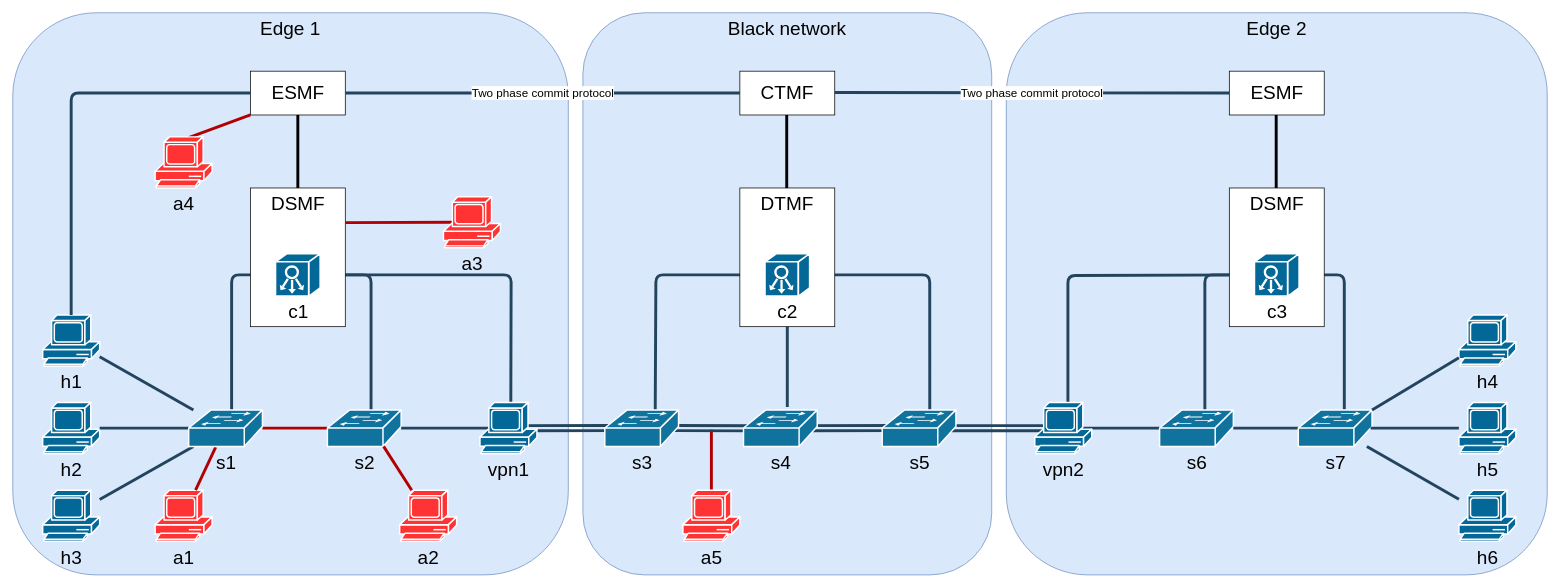
Above: diagrams/topology_with_attackers.drawio in FriwiDev/thesis (draw.io), before the change. Source tidied: cells renumbered, new cells numbered last; positions are measured from the earlier drawing's top-left corner, leaving out a move shared by most shapes. Both pictures are drawn from the tidied source at 73%, with x=0, y=0 at pixel (12, 12).
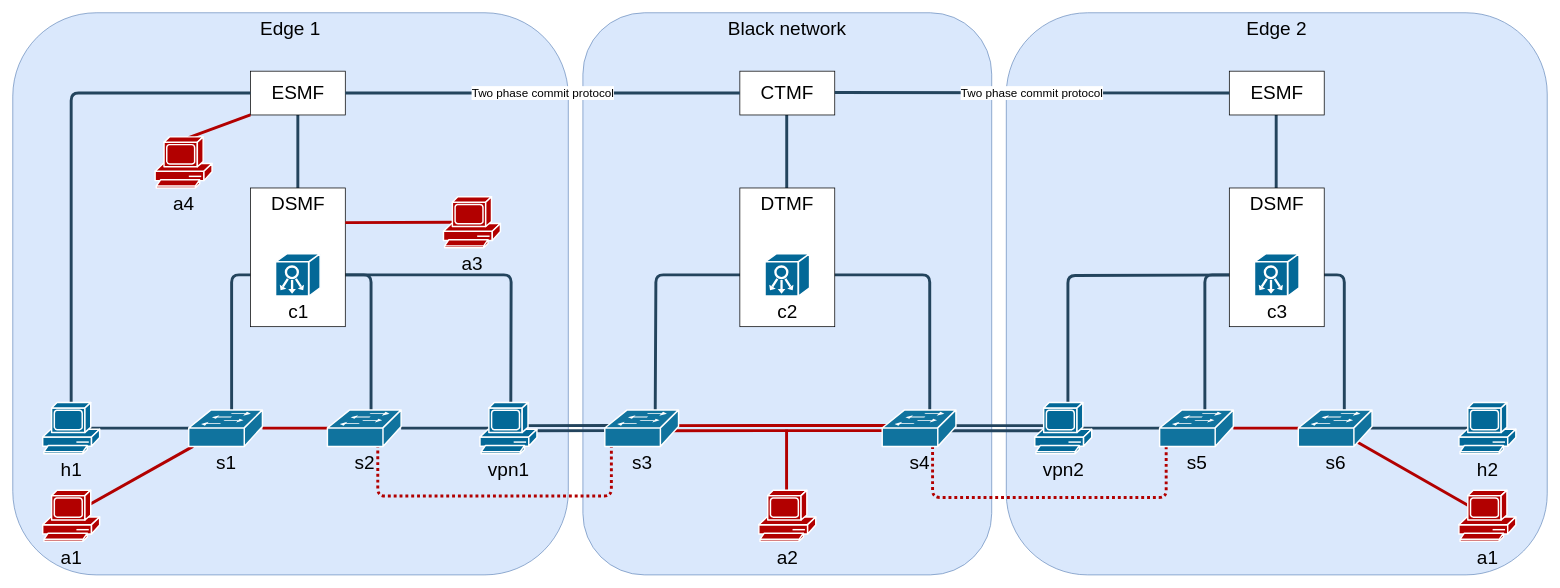
After the change.

The change refers to these unchanged cells:
```xml
<mxCell id="43" value="&lt;font style=&quot;font-size: 26px;&quot;&gt;ESMF&lt;/font&gt;" style="rounded=0;whiteSpace=wrap;html=1;" parent="1" vertex="1">
  <mxGeometry x="325.5" y="80" width="130" height="60" as="geometry" />
</mxCell>
<mxCell id="46" value="c1" style="shape=mxgraph.cisco.controllers_and_modules.system_controller;sketch=0;html=1;dashed=0;fillColor=#036897;strokeColor=#ffffff;strokeWidth=2;verticalLabelPosition=bottom;verticalAlign=top;align=center;outlineConnect=0;fontSize=26;" parent="1" vertex="1">
  <mxGeometry x="360" y="330" width="61" height="58" as="geometry" />
</mxCell>
<mxCell id="67" value="&lt;font color=&quot;#000000&quot;&gt;s1&lt;/font&gt;" style="shape=mxgraph.cisco.switches.workgroup_switch;html=1;dashed=0;fillColor=#10739E;strokeColor=#ffffff;strokeWidth=2;verticalLabelPosition=bottom;verticalAlign=top;fontFamily=Helvetica;fontSize=26;fontColor=#FFB366;" parent="1" vertex="1">
  <mxGeometry x="241" y="544" width="101" height="50" as="geometry" />
</mxCell>
```

Diff of the diagram source:
```diff
@@
-    <mxCell id="3" style="edgeStyle=orthogonalEdgeStyle;rounded=0;orthogonalLoop=1;jettySize=auto;html=1;exitX=0.5;exitY=0;exitDx=0;exitDy=0;exitPerimeter=0;entryX=0.5;entryY=1;entryDx=0;entryDy=0;endArrow=none;endFill=0;strokeWidth=4;" parent="1" edge="1">
+    <mxCell id="3" style="edgeStyle=orthogonalEdgeStyle;rounded=0;orthogonalLoop=1;jettySize=auto;html=1;exitX=0.5;exitY=0;exitDx=0;exitDy=0;exitPerimeter=0;entryX=0.5;entryY=1;entryDx=0;entryDy=0;endArrow=none;endFill=0;strokeWidth=4;strokeColor=#23445d;" parent="1" edge="1">
       <mxGeometry relative="1" as="geometry">
         <mxPoint x="1730.7" y="330" as="sourcePoint" />
         <mxPoint x="1730.7" y="140" as="targetPoint" />
       </mxGeometry>
     </mxCell>
@@
-    <mxCell id="9" style="edgeStyle=orthogonalEdgeStyle;rounded=1;html=1;strokeColor=#23445D;endArrow=none;endFill=0;strokeWidth=4;entryX=0.594;entryY=-0.08;entryDx=0;entryDy=0;entryPerimeter=0;" parent="1" edge="1" target="65">
-      <mxGeometry relative="1" as="geometry">
-        <mxPoint x="1061" y="420" as="sourcePoint" />
-        <Array as="points">
-          <mxPoint x="1061" y="470" />
-          <mxPoint x="1061" y="470" />
-        </Array>
-      </mxGeometry>
-    </mxCell>
@@
-    <mxCell id="12" style="edgeStyle=orthogonalEdgeStyle;rounded=0;orthogonalLoop=1;jettySize=auto;html=1;exitX=0.5;exitY=0;exitDx=0;exitDy=0;exitPerimeter=0;entryX=0.5;entryY=1;entryDx=0;entryDy=0;endArrow=none;endFill=0;strokeWidth=4;" parent="1" edge="1">
+    <mxCell id="12" style="edgeStyle=orthogonalEdgeStyle;rounded=0;orthogonalLoop=1;jettySize=auto;html=1;exitX=0.5;exitY=0;exitDx=0;exitDy=0;exitPerimeter=0;entryX=0.5;entryY=1;entryDx=0;entryDy=0;endArrow=none;endFill=0;strokeWidth=4;strokeColor=#23445d;" parent="1" edge="1">
       <mxGeometry relative="1" as="geometry">
         <mxPoint x="1060.2" y="330" as="sourcePoint" />
         <mxPoint x="1060.2" y="140" as="targetPoint" />
       </mxGeometry>
     </mxCell>
@@
-    <mxCell id="18" style="edgeStyle=orthogonalEdgeStyle;rounded=0;jettySize=auto;html=1;exitX=0.5;exitY=0;exitDx=0;exitDy=0;exitPerimeter=0;entryX=0.5;entryY=1;entryDx=0;entryDy=0;endArrow=none;endFill=0;strokeWidth=4;" parent="1" edge="1" source="46" target="43">
+    <mxCell id="18" style="edgeStyle=orthogonalEdgeStyle;rounded=0;jettySize=auto;html=1;exitX=0.5;exitY=0;exitDx=0;exitDy=0;exitPerimeter=0;entryX=0.5;entryY=1;entryDx=0;entryDy=0;endArrow=none;endFill=0;strokeWidth=4;strokeColor=#23445d;" parent="1" edge="1" source="46" target="43">
       <mxGeometry relative="1" as="geometry" />
     </mxCell>
@@
-    <mxCell id="21" value="s2" style="shape=mxgraph.cisco.switches.workgroup_switch;html=1;dashed=0;fillColor=#10739E;strokeColor=#ffffff;strokeWidth=2;verticalLabelPosition=bottom;verticalAlign=top;fontFamily=Helvetica;fontSize=26;fontColor=#000000;" parent="1" vertex="1">
-      <mxGeometry x="431" y="544" width="101" height="50" as="geometry" />
-    </mxCell>
@@
-    <mxCell id="24" style="edgeStyle=none;rounded=1;html=1;strokeColor=#23445D;endArrow=none;endFill=0;strokeWidth=4;shape=link;exitX=0.16;exitY=0.497;exitDx=0;exitDy=0;exitPerimeter=0;" parent="1" edge="1" source="26">
-      <mxGeometry relative="1" as="geometry">
-        <mxPoint x="1092" y="569" as="targetPoint" />
-      </mxGeometry>
+    <mxCell id="24" style="edgeStyle=none;rounded=1;html=1;strokeColor=#B20000;endArrow=none;endFill=0;strokeWidth=4;shape=link;exitX=0.16;exitY=0.497;exitDx=0;exitDy=0;exitPerimeter=0;entryX=0.792;entryY=0.5;entryDx=0;entryDy=0;entryPerimeter=0;" parent="1" edge="1" source="26" target="64">
+      <mxGeometry relative="1" as="geometry" />
     </mxCell>
@@
-    <mxCell id="26" value="s5" style="shape=mxgraph.cisco.switches.workgroup_switch;html=1;dashed=0;fillColor=#10739E;strokeColor=#ffffff;strokeWidth=2;verticalLabelPosition=bottom;verticalAlign=top;fontFamily=Helvetica;fontSize=26;fontColor=#000000;" parent="1" vertex="1">
-      <mxGeometry x="1191" y="544" width="101" height="50" as="geometry" />
-    </mxCell>
@@
-    <mxCell id="28" value="s6" style="shape=mxgraph.cisco.switches.workgroup_switch;html=1;dashed=0;fillColor=#10739E;strokeColor=#ffffff;strokeWidth=2;verticalLabelPosition=bottom;verticalAlign=top;fontFamily=Helvetica;fontSize=26;fontColor=#000000;" parent="1" vertex="1">
-      <mxGeometry x="1571" y="544" width="101" height="50" as="geometry" />
-    </mxCell>
-    <mxCell id="29" style="edgeStyle=none;rounded=1;html=1;strokeColor=#23445D;endArrow=none;endFill=0;strokeWidth=4;" parent="1" edge="1" target="28">
+    <mxCell id="29" style="edgeStyle=none;rounded=1;html=1;strokeColor=#B20000;endArrow=none;endFill=0;strokeWidth=4;" parent="1" edge="1" target="28">
       <mxGeometry relative="1" as="geometry">
         <mxPoint x="1761" y="569" as="sourcePoint" />
       </mxGeometry>
     </mxCell>
-    <mxCell id="30" value="s7" style="shape=mxgraph.cisco.switches.workgroup_switch;html=1;dashed=0;fillColor=#10739E;strokeColor=#ffffff;strokeWidth=2;verticalLabelPosition=bottom;verticalAlign=top;fontFamily=Helvetica;fontSize=26;fontColor=#000000;" parent="1" vertex="1">
-      <mxGeometry x="1761" y="544" width="101" height="50" as="geometry" />
-    </mxCell>
-    <mxCell id="31" value="h1" style="shape=mxgraph.cisco.computers_and_peripherals.pc;sketch=0;html=1;dashed=0;fillColor=#036897;strokeColor=#ffffff;strokeWidth=2;verticalLabelPosition=bottom;verticalAlign=top;align=center;outlineConnect=0;fontColor=#000000;fontSize=26;" parent="1" vertex="1">
-      <mxGeometry x="41" y="414" width="78" height="70" as="geometry" />
-    </mxCell>
-    <mxCell id="32" value="h2" style="shape=mxgraph.cisco.computers_and_peripherals.pc;sketch=0;html=1;dashed=0;fillColor=#036897;strokeColor=#ffffff;strokeWidth=2;verticalLabelPosition=bottom;verticalAlign=top;align=center;outlineConnect=0;fontColor=#000000;fontSize=26;" parent="1" vertex="1">
-      <mxGeometry x="41" y="534" width="78" height="70" as="geometry" />
-    </mxCell>
-    <mxCell id="33" value="h3" style="shape=mxgraph.cisco.computers_and_peripherals.pc;sketch=0;html=1;dashed=0;fillColor=#036897;strokeColor=#ffffff;strokeWidth=2;verticalLabelPosition=bottom;verticalAlign=top;align=center;outlineConnect=0;fontColor=#000000;fontSize=26;" parent="1" vertex="1">
-      <mxGeometry x="41" y="654" width="78" height="70" as="geometry" />
-    </mxCell>
-    <mxCell id="34" style="edgeStyle=none;rounded=1;html=1;strokeColor=#23445D;endArrow=none;endFill=0;strokeWidth=4;exitX=0;exitY=0.5;exitDx=0;exitDy=0;exitPerimeter=0;" parent="1" edge="1" source="67" target="32">
+    <mxCell id="34" style="edgeStyle=none;rounded=1;html=1;strokeColor=#23445D;endArrow=none;endFill=0;strokeWidth=4;exitX=0;exitY=0.5;exitDx=0;exitDy=0;exitPerimeter=0;entryX=0.83;entryY=0.5;entryDx=0;entryDy=0;entryPerimeter=0;" parent="1" edge="1" source="67" target="32">
       <mxGeometry relative="1" as="geometry" />
     </mxCell>
-    <mxCell id="35" style="edgeStyle=none;rounded=1;html=1;strokeColor=#23445D;endArrow=none;endFill=0;strokeWidth=4;" parent="1" edge="1" source="67" target="31">
-      <mxGeometry relative="1" as="geometry" />
-    </mxCell>
-    <mxCell id="36" style="edgeStyle=none;rounded=1;html=1;strokeColor=#23445D;endArrow=none;endFill=0;strokeWidth=4;" parent="1" edge="1" source="67" target="33">
+    <mxCell id="36" style="edgeStyle=none;rounded=1;html=1;strokeColor=#B20000;endArrow=none;endFill=0;strokeWidth=4;entryX=0.333;entryY=0.586;entryDx=0;entryDy=0;entryPerimeter=0;" parent="1" edge="1" source="67" target="33">
       <mxGeometry relative="1" as="geometry" />
     </mxCell>
-    <mxCell id="37" value="h4" style="shape=mxgraph.cisco.computers_and_peripherals.pc;sketch=0;html=1;dashed=0;fillColor=#036897;strokeColor=#ffffff;strokeWidth=2;verticalLabelPosition=bottom;verticalAlign=top;align=center;outlineConnect=0;fontColor=#000000;fontSize=26;" parent="1" vertex="1">
-      <mxGeometry x="1981" y="414" width="78" height="70" as="geometry" />
-    </mxCell>
-    <mxCell id="38" value="h5" style="shape=mxgraph.cisco.computers_and_peripherals.pc;sketch=0;html=1;dashed=0;fillColor=#036897;strokeColor=#ffffff;strokeWidth=2;verticalLabelPosition=bottom;verticalAlign=top;align=center;outlineConnect=0;fontColor=#000000;fontSize=26;" parent="1" vertex="1">
-      <mxGeometry x="1981" y="534" width="78" height="70" as="geometry" />
-    </mxCell>
-    <mxCell id="39" value="h6" style="shape=mxgraph.cisco.computers_and_peripherals.pc;sketch=0;html=1;dashed=0;fillColor=#036897;strokeColor=#ffffff;strokeWidth=2;verticalLabelPosition=bottom;verticalAlign=top;align=center;outlineConnect=0;fontColor=#000000;fontSize=26;" parent="1" vertex="1">
-      <mxGeometry x="1981" y="654" width="78" height="70" as="geometry" />
-    </mxCell>
-    <mxCell id="40" style="edgeStyle=none;rounded=1;html=1;strokeColor=#23445D;endArrow=none;endFill=0;strokeWidth=4;exitX=0.98;exitY=0.5;exitDx=0;exitDy=0;exitPerimeter=0;" parent="1" edge="1" source="30" target="38">
+    <mxCell id="40" style="edgeStyle=none;rounded=1;html=1;strokeColor=#23445D;endArrow=none;endFill=0;strokeWidth=4;exitX=0.98;exitY=0.5;exitDx=0;exitDy=0;exitPerimeter=0;entryX=0.16;entryY=0.5;entryDx=0;entryDy=0;entryPerimeter=0;" parent="1" edge="1" source="30" target="38">
       <mxGeometry relative="1" as="geometry" />
     </mxCell>
-    <mxCell id="41" style="edgeStyle=none;rounded=1;html=1;strokeColor=#23445D;endArrow=none;endFill=0;strokeWidth=4;exitX=1;exitY=0;exitDx=0;exitDy=0;exitPerimeter=0;" parent="1" edge="1" source="30" target="37">
-      <mxGeometry relative="1" as="geometry" />
-    </mxCell>
-    <mxCell id="42" style="edgeStyle=none;rounded=1;html=1;strokeColor=#23445D;endArrow=none;endFill=0;strokeWidth=4;" parent="1" edge="1" source="30" target="39">
+    <mxCell id="42" style="edgeStyle=none;rounded=1;html=1;strokeColor=#B20000;endArrow=none;endFill=0;strokeWidth=4;exitX=0.797;exitY=0.88;exitDx=0;exitDy=0;exitPerimeter=0;entryX=0.647;entryY=0.607;entryDx=0;entryDy=0;entryPerimeter=0;" parent="1" edge="1" source="30" target="39">
       <mxGeometry relative="1" as="geometry" />
     </mxCell>
@@
-    <mxCell id="44" style="edgeStyle=orthogonalEdgeStyle;rounded=1;html=1;strokeColor=#23445D;endArrow=none;endFill=0;strokeWidth=4;" parent="1" edge="1" source="43" target="31">
+    <mxCell id="44" style="edgeStyle=orthogonalEdgeStyle;rounded=1;html=1;strokeColor=#23445D;endArrow=none;endFill=0;strokeWidth=4;entryX=0.5;entryY=0;entryDx=0;entryDy=0;entryPerimeter=0;" parent="1" edge="1" source="43" target="32">
       <mxGeometry relative="1" as="geometry" />
     </mxCell>
@@
-    <mxCell id="54" value="a1" style="shape=mxgraph.cisco.computers_and_peripherals.pc;sketch=0;html=1;dashed=0;fillColor=#FF3333;strokeColor=#FFFFFF;strokeWidth=2;verticalLabelPosition=bottom;verticalAlign=top;align=center;outlineConnect=0;fontSize=26;fontColor=#000000;" parent="1" vertex="1">
-      <mxGeometry x="195" y="654" width="78" height="70" as="geometry" />
-    </mxCell>
-    <mxCell id="55" value="a2" style="shape=mxgraph.cisco.computers_and_peripherals.pc;sketch=0;html=1;dashed=0;fillColor=#FF3333;strokeColor=#ffffff;strokeWidth=2;verticalLabelPosition=bottom;verticalAlign=top;align=center;outlineConnect=0;fontColor=#000000;fontSize=26;" parent="1" vertex="1">
-      <mxGeometry x="530" y="654" width="78" height="70" as="geometry" />
-    </mxCell>
-    <mxCell id="56" style="edgeStyle=none;rounded=1;html=1;strokeColor=#B20000;endArrow=none;endFill=0;strokeWidth=4;entryX=0.366;entryY=1.02;entryDx=0;entryDy=0;entryPerimeter=0;fillColor=#e51400;" parent="1" edge="1" source="54" target="67">
-      <mxGeometry relative="1" as="geometry" />
-    </mxCell>
-    <mxCell id="57" style="edgeStyle=none;rounded=1;html=1;strokeColor=#B20000;endArrow=none;endFill=0;strokeWidth=4;entryX=0.762;entryY=1;entryDx=0;entryDy=0;entryPerimeter=0;fillColor=#e51400;" parent="1" edge="1" source="55" target="21">
-      <mxGeometry relative="1" as="geometry" />
-    </mxCell>
@@
-    <mxCell id="59" value="a4" style="shape=mxgraph.cisco.computers_and_peripherals.pc;sketch=0;html=1;dashed=0;fillColor=#FF3333;strokeColor=#ffffff;strokeWidth=2;verticalLabelPosition=bottom;verticalAlign=top;align=center;outlineConnect=0;fontColor=#000000;fontSize=26;" parent="1" vertex="1">
+    <mxCell id="59" value="a4" style="shape=mxgraph.cisco.computers_and_peripherals.pc;sketch=0;html=1;dashed=0;fillColor=#B20000;strokeColor=#ffffff;strokeWidth=2;verticalLabelPosition=bottom;verticalAlign=top;align=center;outlineConnect=0;fontColor=#000000;fontSize=26;" parent="1" vertex="1">
       <mxGeometry x="195" y="170" width="78" height="70" as="geometry" />
     </mxCell>
@@
-    <mxCell id="61" value="a3" style="shape=mxgraph.cisco.computers_and_peripherals.pc;sketch=0;html=1;dashed=0;fillColor=#FF3333;strokeColor=#ffffff;strokeWidth=2;verticalLabelPosition=bottom;verticalAlign=top;align=center;outlineConnect=0;fontColor=#000000;fontSize=26;" parent="1" vertex="1">
+    <mxCell id="61" value="a3" style="shape=mxgraph.cisco.computers_and_peripherals.pc;sketch=0;html=1;dashed=0;fillColor=#B20000;strokeColor=#ffffff;strokeWidth=2;verticalLabelPosition=bottom;verticalAlign=top;align=center;outlineConnect=0;fontColor=#000000;fontSize=26;" parent="1" vertex="1">
       <mxGeometry x="590" y="252" width="78" height="70" as="geometry" />
     </mxCell>
     <mxCell id="62" style="edgeStyle=none;rounded=1;html=1;strokeColor=#B20000;endArrow=none;endFill=0;strokeWidth=4;fillColor=#e51400;entryX=0.5;entryY=0;entryDx=0;entryDy=0;entryPerimeter=0;" parent="1" edge="1">
       <mxGeometry relative="1" as="geometry">
-        <mxPoint x="957" y="571" as="sourcePoint" />
-        <mxPoint x="957" y="655" as="targetPoint" />
+        <mxPoint x="1060" y="571" as="sourcePoint" />
+        <mxPoint x="1060" y="655" as="targetPoint" />
       </mxGeometry>
     </mxCell>
-    <mxCell id="63" style="edgeStyle=none;rounded=1;html=1;strokeColor=#23445D;endArrow=none;endFill=0;strokeWidth=4;shape=link;exitX=0.108;exitY=0.504;exitDx=0;exitDy=0;exitPerimeter=0;" parent="1" edge="1" source="65">
-      <mxGeometry relative="1" as="geometry">
-        <mxPoint x="903" y="568.9" as="targetPoint" />
-      </mxGeometry>
-    </mxCell>
-    <mxCell id="64" value="s3" style="shape=mxgraph.cisco.switches.workgroup_switch;html=1;dashed=0;fillColor=#10739E;strokeColor=#ffffff;strokeWidth=2;verticalLabelPosition=bottom;verticalAlign=top;fontFamily=Helvetica;fontSize=26;fontColor=#000000;" parent="1" vertex="1">
-      <mxGeometry x="811" y="544" width="101" height="50" as="geometry" />
-    </mxCell>
-    <mxCell id="65" value="s4" style="shape=mxgraph.cisco.switches.workgroup_switch;html=1;dashed=0;fillColor=#10739E;strokeColor=#ffffff;strokeWidth=2;verticalLabelPosition=bottom;verticalAlign=top;fontFamily=Helvetica;fontSize=26;fontColor=#000000;" parent="1" vertex="1">
-      <mxGeometry x="1001" y="544" width="101" height="50" as="geometry" />
-    </mxCell>
-    <mxCell id="66" value="a5" style="shape=mxgraph.cisco.computers_and_peripherals.pc;sketch=0;html=1;dashed=0;fillColor=#FF3333;strokeColor=#ffffff;strokeWidth=2;verticalLabelPosition=bottom;verticalAlign=top;align=center;fontColor=#000000;fontSize=26;" parent="1" vertex="1">
-      <mxGeometry x="918" y="654" width="78" height="70" as="geometry" />
+    <mxCell id="66" value="a2" style="shape=mxgraph.cisco.computers_and_peripherals.pc;sketch=0;html=1;dashed=0;fillColor=#B20000;strokeColor=#ffffff;strokeWidth=2;verticalLabelPosition=bottom;verticalAlign=top;align=center;fontColor=#000000;fontSize=26;" parent="1" vertex="1">
+      <mxGeometry x="1022" y="654" width="78" height="70" as="geometry" />
     </mxCell>
@@
+    <mxCell id="30" value="s6" style="shape=mxgraph.cisco.switches.workgroup_switch;html=1;dashed=0;fillColor=#10739E;strokeColor=#ffffff;strokeWidth=2;verticalLabelPosition=bottom;verticalAlign=top;fontFamily=Helvetica;fontSize=26;fontColor=#000000;" parent="1" vertex="1">
+      <mxGeometry x="1761" y="544" width="101" height="50" as="geometry" />
+    </mxCell>
+    <mxCell id="68" style="endArrow=none;html=1;strokeWidth=4;rounded=1;strokeColor=#b20000;dashed=1;dashPattern=1 1;" parent="1" edge="1">
+      <mxGeometry relative="1" as="geometry">
+        <mxPoint x="820" y="592" as="sourcePoint" />
+        <mxPoint x="500" y="592" as="targetPoint" />
+        <Array as="points">
+          <mxPoint x="820" y="662" />
+          <mxPoint x="500" y="662" />
+        </Array>
+      </mxGeometry>
+    </mxCell>
+    <mxCell id="69" style="endArrow=none;html=1;strokeWidth=4;rounded=1;strokeColor=#b20000;dashed=1;dashPattern=1 1;" parent="1" edge="1">
+      <mxGeometry relative="1" as="geometry">
+        <mxPoint x="1580" y="594" as="sourcePoint" />
+        <mxPoint x="1260" y="594" as="targetPoint" />
+        <Array as="points">
+          <mxPoint x="1580" y="664" />
+          <mxPoint x="1260" y="664" />
+        </Array>
+      </mxGeometry>
+    </mxCell>
+    <mxCell id="64" value="s3" style="shape=mxgraph.cisco.switches.workgroup_switch;html=1;dashed=0;fillColor=#10739E;strokeColor=#ffffff;strokeWidth=2;verticalLabelPosition=bottom;verticalAlign=top;fontFamily=Helvetica;fontSize=26;fontColor=#000000;" parent="1" vertex="1">
+      <mxGeometry x="811" y="544" width="101" height="50" as="geometry" />
+    </mxCell>
+    <mxCell id="26" value="s4" style="shape=mxgraph.cisco.switches.workgroup_switch;html=1;dashed=0;fillColor=#10739E;strokeColor=#ffffff;strokeWidth=2;verticalLabelPosition=bottom;verticalAlign=top;fontFamily=Helvetica;fontSize=26;fontColor=#000000;" parent="1" vertex="1">
+      <mxGeometry x="1191" y="544" width="101" height="50" as="geometry" />
+    </mxCell>
+    <mxCell id="28" value="s5" style="shape=mxgraph.cisco.switches.workgroup_switch;html=1;dashed=0;fillColor=#10739E;strokeColor=#ffffff;strokeWidth=2;verticalLabelPosition=bottom;verticalAlign=top;fontFamily=Helvetica;fontSize=26;fontColor=#000000;" parent="1" vertex="1">
+      <mxGeometry x="1571" y="544" width="101" height="50" as="geometry" />
+    </mxCell>
+    <mxCell id="21" value="s2" style="shape=mxgraph.cisco.switches.workgroup_switch;html=1;dashed=0;fillColor=#10739E;strokeColor=#ffffff;strokeWidth=2;verticalLabelPosition=bottom;verticalAlign=top;fontFamily=Helvetica;fontSize=26;fontColor=#000000;" parent="1" vertex="1">
+      <mxGeometry x="431" y="544" width="101" height="50" as="geometry" />
+    </mxCell>
+    <mxCell id="32" value="h1" style="shape=mxgraph.cisco.computers_and_peripherals.pc;sketch=0;html=1;dashed=0;fillColor=#036897;strokeColor=#ffffff;strokeWidth=2;verticalLabelPosition=bottom;verticalAlign=top;align=center;outlineConnect=0;fontColor=#000000;fontSize=26;" parent="1" vertex="1">
+      <mxGeometry x="41" y="534" width="78" height="70" as="geometry" />
+    </mxCell>
+    <mxCell id="33" value="a1" style="shape=mxgraph.cisco.computers_and_peripherals.pc;sketch=0;html=1;dashed=0;fillColor=#B20000;strokeColor=#ffffff;strokeWidth=2;verticalLabelPosition=bottom;verticalAlign=top;align=center;outlineConnect=0;fontColor=#000000;fontSize=26;" parent="1" vertex="1">
+      <mxGeometry x="41" y="654" width="78" height="70" as="geometry" />
+    </mxCell>
+    <mxCell id="38" value="h2" style="shape=mxgraph.cisco.computers_and_peripherals.pc;sketch=0;html=1;dashed=0;fillColor=#036897;strokeColor=#ffffff;strokeWidth=2;verticalLabelPosition=bottom;verticalAlign=top;align=center;outlineConnect=0;fontColor=#000000;fontSize=26;" parent="1" vertex="1">
+      <mxGeometry x="1981" y="534" width="78" height="70" as="geometry" />
+    </mxCell>
+    <mxCell id="39" value="a1" style="shape=mxgraph.cisco.computers_and_peripherals.pc;sketch=0;html=1;dashed=0;fillColor=#B20000;strokeColor=#ffffff;strokeWidth=2;verticalLabelPosition=bottom;verticalAlign=top;align=center;outlineConnect=0;fontColor=#000000;fontSize=26;" parent="1" vertex="1">
+      <mxGeometry x="1981" y="654" width="78" height="70" as="geometry" />
+    </mxCell>
```
